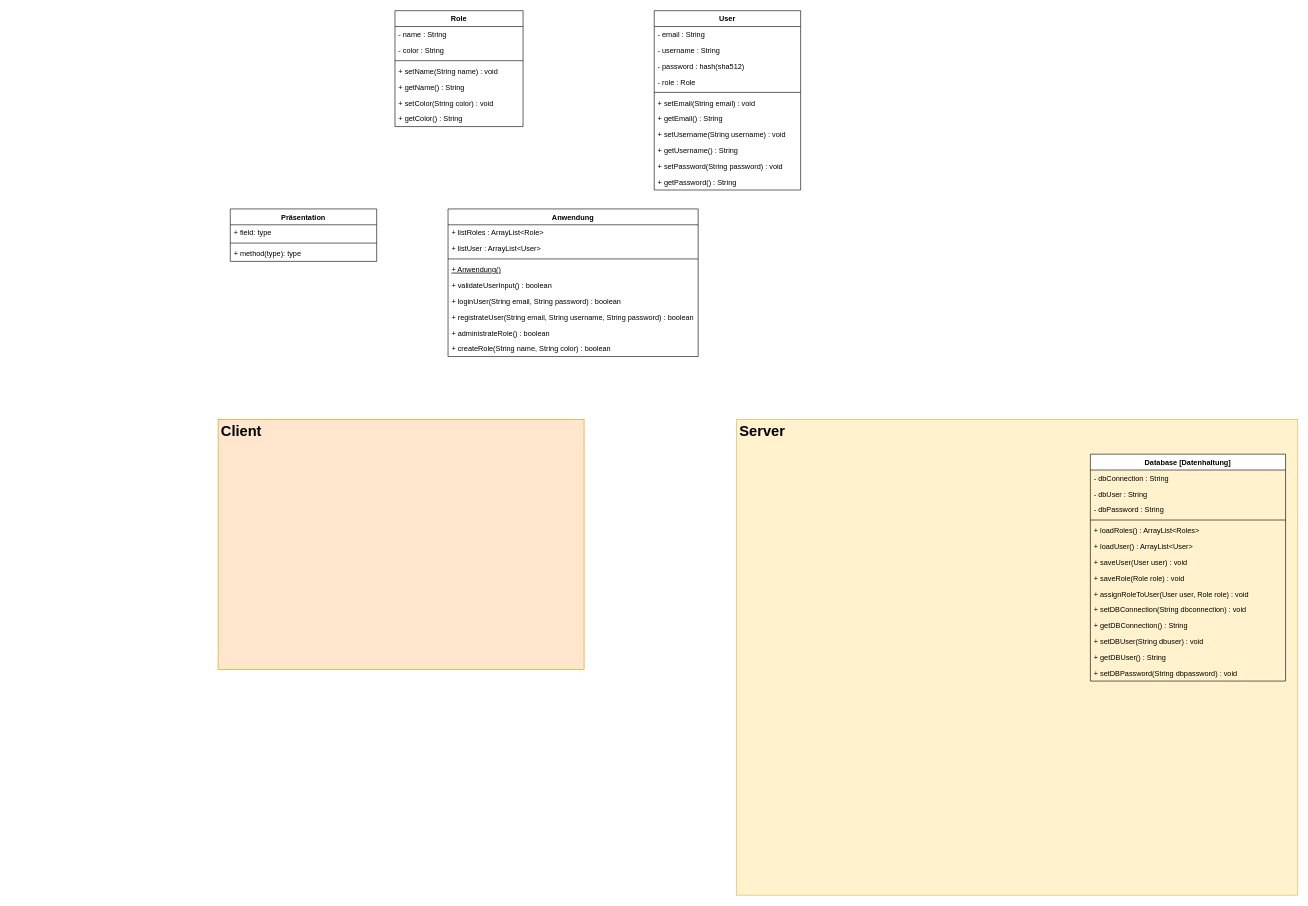
Before: doc/functionality.drawio in STK-Students/Quest-Editor, a draw.io diagram. Source tidied: cells renumbered, new cells numbered last; positions are measured from the earlier drawing's top-left corner, leaving out a move shared by most shapes. Both pictures are drawn from the tidied source at 61%, with x=0, y=0 at pixel (218, 10).
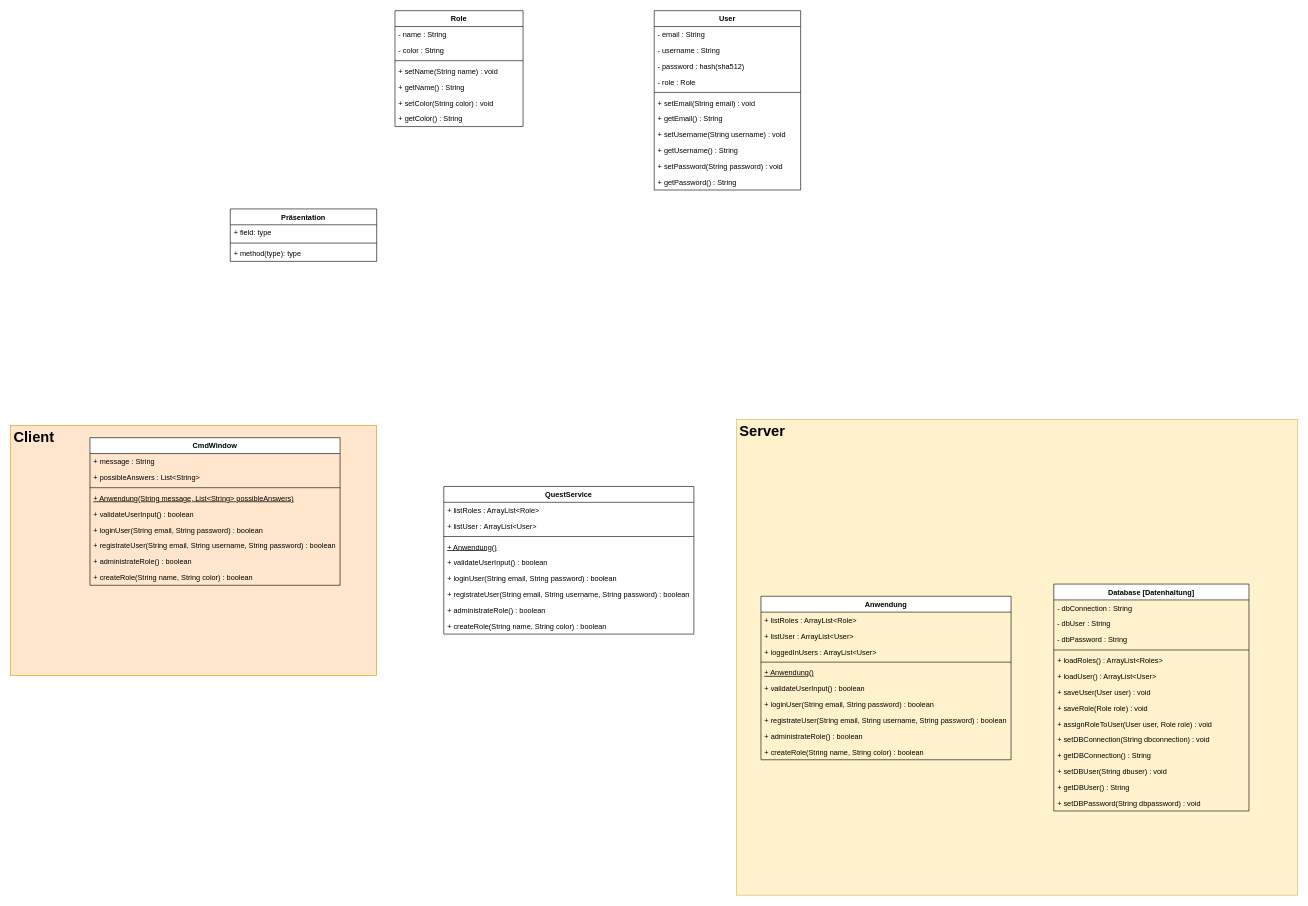
The same diagram, later.

Change to the diagram source:
```diff
@@
-    <mxCell id="2" style="rounded=0;whiteSpace=wrap;html=1;fillColor=#ffe6cc;strokeColor=#d79b00;" parent="1" vertex="1">
-      <mxGeometry y="670" width="600" height="410" as="geometry" />
-    </mxCell>
-    <mxCell id="3" style="rounded=0;whiteSpace=wrap;html=1;fillColor=#fff2cc;strokeColor=#d6b656;" parent="1" vertex="1">
-      <mxGeometry x="850" y="670" width="920" height="780" as="geometry" />
-    </mxCell>
-    <mxCell id="4" value="Database [Datenhaltung]" style="swimlane;fontStyle=1;align=center;verticalAlign=top;horizontal=1;startSize=26;fillColor=default;" parent="1" vertex="1">
-      <mxGeometry x="1430" y="727" width="320" height="372" as="geometry" />
-    </mxCell>
-    <mxCell id="5" value="- dbConnection : String" style="text;strokeColor=none;fillColor=none;align=left;verticalAlign=top;spacingLeft=4;spacingRight=4;overflow=hidden;" parent="4" vertex="1">
-      <mxGeometry y="26" width="320" height="26" as="geometry" />
-    </mxCell>
-    <mxCell id="6" value="- dbUser : String" style="text;strokeColor=none;fillColor=none;align=left;verticalAlign=top;spacingLeft=4;spacingRight=4;overflow=hidden;" parent="4" vertex="1">
-      <mxGeometry y="52" width="320" height="26" as="geometry" />
-    </mxCell>
-    <mxCell id="7" value="- dbPassword : String" style="text;strokeColor=none;fillColor=none;align=left;verticalAlign=top;spacingLeft=4;spacingRight=4;overflow=hidden;" parent="4" vertex="1">
-      <mxGeometry y="78" width="320" height="26" as="geometry" />
-    </mxCell>
-    <mxCell id="8" style="line;strokeWidth=1;fillColor=none;align=left;verticalAlign=middle;spacingTop=-1;spacingLeft=3;spacingRight=3;labelPosition=right;" parent="4" vertex="1">
-      <mxGeometry y="104" width="320" height="8" as="geometry" />
-    </mxCell>
-    <mxCell id="9" value="+ loadRoles() : ArrayList&lt;Roles&gt;" style="text;strokeColor=none;fillColor=none;align=left;verticalAlign=top;spacingLeft=4;spacingRight=4;overflow=hidden;" parent="4" vertex="1">
-      <mxGeometry y="112" width="320" height="26" as="geometry" />
-    </mxCell>
-    <mxCell id="10" value="+ loadUser() : ArrayList&lt;User&gt;" style="text;strokeColor=none;fillColor=none;align=left;verticalAlign=top;spacingLeft=4;spacingRight=4;overflow=hidden;" parent="4" vertex="1">
-      <mxGeometry y="138" width="320" height="26" as="geometry" />
-    </mxCell>
-    <mxCell id="11" value="+ saveUser(User user) : void" style="text;strokeColor=none;fillColor=none;align=left;verticalAlign=top;spacingLeft=4;spacingRight=4;overflow=hidden;" parent="4" vertex="1">
-      <mxGeometry y="164" width="320" height="26" as="geometry" />
-    </mxCell>
-    <mxCell id="12" value="+ saveRole(Role role) : void" style="text;strokeColor=none;fillColor=none;align=left;verticalAlign=top;spacingLeft=4;spacingRight=4;overflow=hidden;" parent="4" vertex="1">
-      <mxGeometry y="190" width="320" height="26" as="geometry" />
-    </mxCell>
-    <mxCell id="13" value="+ assignRoleToUser(User user, Role role) : void" style="text;strokeColor=none;fillColor=none;align=left;verticalAlign=top;spacingLeft=4;spacingRight=4;overflow=hidden;" parent="4" vertex="1">
-      <mxGeometry y="216" width="320" height="26" as="geometry" />
-    </mxCell>
-    <mxCell id="14" value="+ setDBConnection(String dbconnection) : void" style="text;strokeColor=none;fillColor=none;align=left;verticalAlign=top;spacingLeft=4;spacingRight=4;overflow=hidden;" parent="4" vertex="1">
-      <mxGeometry y="242" width="320" height="26" as="geometry" />
-    </mxCell>
-    <mxCell id="15" value="+ getDBConnection() : String" style="text;strokeColor=none;fillColor=none;align=left;verticalAlign=top;spacingLeft=4;spacingRight=4;overflow=hidden;" parent="4" vertex="1">
-      <mxGeometry y="268" width="320" height="26" as="geometry" />
-    </mxCell>
-    <mxCell id="16" value="+ setDBUser(String dbuser) : void" style="text;strokeColor=none;fillColor=none;align=left;verticalAlign=top;spacingLeft=4;spacingRight=4;overflow=hidden;" parent="4" vertex="1">
-      <mxGeometry y="294" width="320" height="26" as="geometry" />
-    </mxCell>
-    <mxCell id="17" value="+ getDBUser() : String" style="text;strokeColor=none;fillColor=none;align=left;verticalAlign=top;spacingLeft=4;spacingRight=4;overflow=hidden;" parent="4" vertex="1">
-      <mxGeometry y="320" width="320" height="26" as="geometry" />
-    </mxCell>
-    <mxCell id="18" value="+ setDBPassword(String dbpassword) : void" style="text;strokeColor=none;fillColor=none;align=left;verticalAlign=top;spacingLeft=4;spacingRight=4;overflow=hidden;" parent="4" vertex="1">
-      <mxGeometry y="346" width="320" height="26" as="geometry" />
-    </mxCell>
@@
-    <mxCell id="23" value="Anwendung" style="swimlane;fontStyle=1;align=center;verticalAlign=top;horizontal=1;startSize=26;" parent="1" vertex="1">
-      <mxGeometry x="377" y="325" width="410" height="242" as="geometry" />
-    </mxCell>
-    <mxCell id="24" value="+ listRoles : ArrayList&lt;Role&gt;" style="text;strokeColor=none;fillColor=none;align=left;verticalAlign=top;spacingLeft=4;spacingRight=4;overflow=hidden;" parent="23" vertex="1">
-      <mxGeometry y="26" width="410" height="26" as="geometry" />
-    </mxCell>
-    <mxCell id="25" value="+ listUser : ArrayList&lt;User&gt;" style="text;strokeColor=none;fillColor=none;align=left;verticalAlign=top;spacingLeft=4;spacingRight=4;overflow=hidden;" parent="23" vertex="1">
-      <mxGeometry y="52" width="410" height="26" as="geometry" />
-    </mxCell>
-    <mxCell id="26" style="line;strokeWidth=1;fillColor=none;align=left;verticalAlign=middle;spacingTop=-1;spacingLeft=3;spacingRight=3;labelPosition=right;" parent="23" vertex="1">
-      <mxGeometry y="78" width="410" height="8" as="geometry" />
-    </mxCell>
-    <mxCell id="27" value="+ Anwendung()" style="text;strokeColor=none;fillColor=none;align=left;verticalAlign=top;spacingLeft=4;spacingRight=4;overflow=hidden;fontStyle=4;" parent="23" vertex="1">
-      <mxGeometry y="86" width="410" height="26" as="geometry" />
-    </mxCell>
-    <mxCell id="28" value="+ validateUserInput() : boolean" style="text;strokeColor=none;fillColor=none;align=left;verticalAlign=top;spacingLeft=4;spacingRight=4;overflow=hidden;fontStyle=0;" parent="23" vertex="1">
-      <mxGeometry y="112" width="410" height="26" as="geometry" />
-    </mxCell>
-    <mxCell id="29" value="+ loginUser(String email, String password) : boolean" style="text;strokeColor=none;fillColor=none;align=left;verticalAlign=top;spacingLeft=4;spacingRight=4;overflow=hidden;fontStyle=0;" parent="23" vertex="1">
-      <mxGeometry y="138" width="410" height="26" as="geometry" />
-    </mxCell>
-    <mxCell id="30" value="+ registrateUser(String email, String username, String password) : boolean" style="text;strokeColor=none;fillColor=none;align=left;verticalAlign=top;spacingLeft=4;spacingRight=4;overflow=hidden;fontStyle=0;" parent="23" vertex="1">
-      <mxGeometry y="164" width="410" height="26" as="geometry" />
-    </mxCell>
-    <mxCell id="31" value="+ administrateRole() : boolean" style="text;strokeColor=none;fillColor=none;align=left;verticalAlign=top;spacingLeft=4;spacingRight=4;overflow=hidden;fontStyle=0;" parent="23" vertex="1">
-      <mxGeometry y="190" width="410" height="26" as="geometry" />
-    </mxCell>
-    <mxCell id="32" value="+ createRole(String name, String color) : boolean" style="text;strokeColor=none;fillColor=none;align=left;verticalAlign=top;spacingLeft=4;spacingRight=4;overflow=hidden;fontStyle=0;" parent="23" vertex="1">
-      <mxGeometry y="216" width="410" height="26" as="geometry" />
-    </mxCell>
@@
+    <mxCell id="55" style="group;" parent="1" vertex="1">
+      <mxGeometry x="-340" y="680" width="600" height="410" as="geometry" />
+    </mxCell>
+    <mxCell id="56" style="rounded=0;whiteSpace=wrap;html=1;fillColor=#ffe6cc;strokeColor=#d79b00;" parent="55" vertex="1">
+      <mxGeometry width="600" height="410" as="geometry" />
+    </mxCell>
-    <mxCell id="53" value="&lt;h1&gt;Client&lt;/h1&gt;" style="text;html=1;strokeColor=none;fillColor=none;spacing=5;spacingTop=-20;whiteSpace=wrap;overflow=hidden;rounded=0;" parent="1" vertex="1">
-      <mxGeometry y="670" width="190" height="120" as="geometry" />
+    <mxCell id="53" value="&lt;h1&gt;Client&lt;/h1&gt;" style="text;html=1;strokeColor=none;fillColor=none;spacing=5;spacingTop=-20;whiteSpace=wrap;overflow=hidden;rounded=0;" parent="55" vertex="1">
+      <mxGeometry width="100" height="50" as="geometry" />
     </mxCell>
+    <mxCell id="57" value="CmdWindow" style="swimlane;fontStyle=1;align=center;verticalAlign=top;horizontal=1;startSize=26;" parent="55" vertex="1">
+      <mxGeometry x="130" y="20" width="410" height="242" as="geometry" />
+    </mxCell>
+    <mxCell id="58" value="+ message : String" style="text;strokeColor=none;fillColor=none;align=left;verticalAlign=top;spacingLeft=4;spacingRight=4;overflow=hidden;" parent="57" vertex="1">
+      <mxGeometry y="26" width="410" height="26" as="geometry" />
+    </mxCell>
+    <mxCell id="59" value="+ possibleAnswers : List&lt;String&gt;" style="text;strokeColor=none;fillColor=none;align=left;verticalAlign=top;spacingLeft=4;spacingRight=4;overflow=hidden;" parent="57" vertex="1">
+      <mxGeometry y="52" width="410" height="26" as="geometry" />
+    </mxCell>
+    <mxCell id="60" style="line;strokeWidth=1;fillColor=none;align=left;verticalAlign=middle;spacingTop=-1;spacingLeft=3;spacingRight=3;labelPosition=right;" parent="57" vertex="1">
+      <mxGeometry y="78" width="410" height="8" as="geometry" />
+    </mxCell>
+    <mxCell id="61" value="+ Anwendung(String message, List&lt;String&gt; possibleAnswers)" style="text;strokeColor=none;fillColor=none;align=left;verticalAlign=top;spacingLeft=4;spacingRight=4;overflow=hidden;fontStyle=4;" parent="57" vertex="1">
+      <mxGeometry y="86" width="410" height="26" as="geometry" />
+    </mxCell>
+    <mxCell id="62" value="+ validateUserInput() : boolean" style="text;strokeColor=none;fillColor=none;align=left;verticalAlign=top;spacingLeft=4;spacingRight=4;overflow=hidden;fontStyle=0;" parent="57" vertex="1">
+      <mxGeometry y="112" width="410" height="26" as="geometry" />
+    </mxCell>
+    <mxCell id="63" value="+ loginUser(String email, String password) : boolean" style="text;strokeColor=none;fillColor=none;align=left;verticalAlign=top;spacingLeft=4;spacingRight=4;overflow=hidden;fontStyle=0;" parent="57" vertex="1">
+      <mxGeometry y="138" width="410" height="26" as="geometry" />
+    </mxCell>
+    <mxCell id="64" value="+ registrateUser(String email, String username, String password) : boolean" style="text;strokeColor=none;fillColor=none;align=left;verticalAlign=top;spacingLeft=4;spacingRight=4;overflow=hidden;fontStyle=0;" parent="57" vertex="1">
+      <mxGeometry y="164" width="410" height="26" as="geometry" />
+    </mxCell>
+    <mxCell id="65" value="+ administrateRole() : boolean" style="text;strokeColor=none;fillColor=none;align=left;verticalAlign=top;spacingLeft=4;spacingRight=4;overflow=hidden;fontStyle=0;" parent="57" vertex="1">
+      <mxGeometry y="190" width="410" height="26" as="geometry" />
+    </mxCell>
+    <mxCell id="66" value="+ createRole(String name, String color) : boolean" style="text;strokeColor=none;fillColor=none;align=left;verticalAlign=top;spacingLeft=4;spacingRight=4;overflow=hidden;fontStyle=0;" parent="57" vertex="1">
+      <mxGeometry y="216" width="410" height="26" as="geometry" />
+    </mxCell>
+    <mxCell id="67" style="group;" parent="1" vertex="1">
+      <mxGeometry x="850" y="670" width="920" height="780" as="geometry" />
+    </mxCell>
+    <mxCell id="68" style="rounded=0;whiteSpace=wrap;html=1;fillColor=#fff2cc;strokeColor=#d6b656;" parent="67" vertex="1">
+      <mxGeometry width="920" height="780" as="geometry" />
+    </mxCell>
-    <mxCell id="54" value="&lt;h1&gt;Server&lt;/h1&gt;" style="text;html=1;strokeColor=none;fillColor=none;spacing=5;spacingTop=-20;whiteSpace=wrap;overflow=hidden;rounded=0;" parent="1" vertex="1">
-      <mxGeometry x="850" y="670" width="190" height="120" as="geometry" />
+    <mxCell id="54" value="&lt;h1&gt;Server&lt;/h1&gt;" style="text;html=1;strokeColor=none;fillColor=none;spacing=5;spacingTop=-20;whiteSpace=wrap;overflow=hidden;rounded=0;" parent="67" vertex="1">
+      <mxGeometry width="90" height="40" as="geometry" />
     </mxCell>
+    <mxCell id="4" value="Database [Datenhaltung]" style="swimlane;fontStyle=1;align=center;verticalAlign=top;horizontal=1;startSize=26;fillColor=default;" parent="1" vertex="1">
+      <mxGeometry x="1370" y="940" width="320" height="372" as="geometry" />
+    </mxCell>
+    <mxCell id="5" value="- dbConnection : String" style="text;strokeColor=none;fillColor=none;align=left;verticalAlign=top;spacingLeft=4;spacingRight=4;overflow=hidden;" parent="4" vertex="1">
+      <mxGeometry y="26" width="320" height="26" as="geometry" />
+    </mxCell>
+    <mxCell id="6" value="- dbUser : String" style="text;strokeColor=none;fillColor=none;align=left;verticalAlign=top;spacingLeft=4;spacingRight=4;overflow=hidden;" parent="4" vertex="1">
+      <mxGeometry y="52" width="320" height="26" as="geometry" />
+    </mxCell>
+    <mxCell id="7" value="- dbPassword : String" style="text;strokeColor=none;fillColor=none;align=left;verticalAlign=top;spacingLeft=4;spacingRight=4;overflow=hidden;" parent="4" vertex="1">
+      <mxGeometry y="78" width="320" height="26" as="geometry" />
+    </mxCell>
+    <mxCell id="8" style="line;strokeWidth=1;fillColor=none;align=left;verticalAlign=middle;spacingTop=-1;spacingLeft=3;spacingRight=3;labelPosition=right;" parent="4" vertex="1">
+      <mxGeometry y="104" width="320" height="8" as="geometry" />
+    </mxCell>
+    <mxCell id="9" value="+ loadRoles() : ArrayList&lt;Roles&gt;" style="text;strokeColor=none;fillColor=none;align=left;verticalAlign=top;spacingLeft=4;spacingRight=4;overflow=hidden;" parent="4" vertex="1">
+      <mxGeometry y="112" width="320" height="26" as="geometry" />
+    </mxCell>
+    <mxCell id="10" value="+ loadUser() : ArrayList&lt;User&gt;" style="text;strokeColor=none;fillColor=none;align=left;verticalAlign=top;spacingLeft=4;spacingRight=4;overflow=hidden;" parent="4" vertex="1">
+      <mxGeometry y="138" width="320" height="26" as="geometry" />
+    </mxCell>
+    <mxCell id="11" value="+ saveUser(User user) : void" style="text;strokeColor=none;fillColor=none;align=left;verticalAlign=top;spacingLeft=4;spacingRight=4;overflow=hidden;" parent="4" vertex="1">
+      <mxGeometry y="164" width="320" height="26" as="geometry" />
+    </mxCell>
+    <mxCell id="12" value="+ saveRole(Role role) : void" style="text;strokeColor=none;fillColor=none;align=left;verticalAlign=top;spacingLeft=4;spacingRight=4;overflow=hidden;" parent="4" vertex="1">
+      <mxGeometry y="190" width="320" height="26" as="geometry" />
+    </mxCell>
+    <mxCell id="13" value="+ assignRoleToUser(User user, Role role) : void" style="text;strokeColor=none;fillColor=none;align=left;verticalAlign=top;spacingLeft=4;spacingRight=4;overflow=hidden;" parent="4" vertex="1">
+      <mxGeometry y="216" width="320" height="26" as="geometry" />
+    </mxCell>
+    <mxCell id="14" value="+ setDBConnection(String dbconnection) : void" style="text;strokeColor=none;fillColor=none;align=left;verticalAlign=top;spacingLeft=4;spacingRight=4;overflow=hidden;" parent="4" vertex="1">
+      <mxGeometry y="242" width="320" height="26" as="geometry" />
+    </mxCell>
+    <mxCell id="15" value="+ getDBConnection() : String" style="text;strokeColor=none;fillColor=none;align=left;verticalAlign=top;spacingLeft=4;spacingRight=4;overflow=hidden;" parent="4" vertex="1">
+      <mxGeometry y="268" width="320" height="26" as="geometry" />
+    </mxCell>
+    <mxCell id="16" value="+ setDBUser(String dbuser) : void" style="text;strokeColor=none;fillColor=none;align=left;verticalAlign=top;spacingLeft=4;spacingRight=4;overflow=hidden;" parent="4" vertex="1">
+      <mxGeometry y="294" width="320" height="26" as="geometry" />
+    </mxCell>
+    <mxCell id="17" value="+ getDBUser() : String" style="text;strokeColor=none;fillColor=none;align=left;verticalAlign=top;spacingLeft=4;spacingRight=4;overflow=hidden;" parent="4" vertex="1">
+      <mxGeometry y="320" width="320" height="26" as="geometry" />
+    </mxCell>
+    <mxCell id="18" value="+ setDBPassword(String dbpassword) : void" style="text;strokeColor=none;fillColor=none;align=left;verticalAlign=top;spacingLeft=4;spacingRight=4;overflow=hidden;" parent="4" vertex="1">
+      <mxGeometry y="346" width="320" height="26" as="geometry" />
+    </mxCell>
+    <mxCell id="23" value="Anwendung" style="swimlane;fontStyle=1;align=center;verticalAlign=top;horizontal=1;startSize=26;" parent="1" vertex="1">
+      <mxGeometry x="890" y="960" width="410" height="268" as="geometry" />
+    </mxCell>
+    <mxCell id="69" value="+ listRoles : ArrayList&lt;Role&gt;" style="text;strokeColor=none;fillColor=none;align=left;verticalAlign=top;spacingLeft=4;spacingRight=4;overflow=hidden;" parent="23" vertex="1">
+      <mxGeometry y="26" width="410" height="26" as="geometry" />
+    </mxCell>
+    <mxCell id="70" value="+ listUser : ArrayList&lt;User&gt;" style="text;strokeColor=none;fillColor=none;align=left;verticalAlign=top;spacingLeft=4;spacingRight=4;overflow=hidden;" parent="23" vertex="1">
+      <mxGeometry y="52" width="410" height="26" as="geometry" />
+    </mxCell>
+    <mxCell id="71" value="+ loggedInUsers : ArrayList&lt;User&gt;" style="text;strokeColor=none;fillColor=none;align=left;verticalAlign=top;spacingLeft=4;spacingRight=4;overflow=hidden;" parent="23" vertex="1">
+      <mxGeometry y="78" width="410" height="26" as="geometry" />
+    </mxCell>
+    <mxCell id="72" style="line;strokeWidth=1;fillColor=none;align=left;verticalAlign=middle;spacingTop=-1;spacingLeft=3;spacingRight=3;labelPosition=right;" parent="23" vertex="1">
+      <mxGeometry y="104" width="410" height="8" as="geometry" />
+    </mxCell>
+    <mxCell id="73" value="+ Anwendung()" style="text;strokeColor=none;fillColor=none;align=left;verticalAlign=top;spacingLeft=4;spacingRight=4;overflow=hidden;fontStyle=4;" parent="23" vertex="1">
+      <mxGeometry y="112" width="410" height="26" as="geometry" />
+    </mxCell>
+    <mxCell id="74" value="+ validateUserInput() : boolean" style="text;strokeColor=none;fillColor=none;align=left;verticalAlign=top;spacingLeft=4;spacingRight=4;overflow=hidden;fontStyle=0;" parent="23" vertex="1">
+      <mxGeometry y="138" width="410" height="26" as="geometry" />
+    </mxCell>
+    <mxCell id="75" value="+ loginUser(String email, String password) : boolean" style="text;strokeColor=none;fillColor=none;align=left;verticalAlign=top;spacingLeft=4;spacingRight=4;overflow=hidden;fontStyle=0;" parent="23" vertex="1">
+      <mxGeometry y="164" width="410" height="26" as="geometry" />
+    </mxCell>
+    <mxCell id="76" value="+ registrateUser(String email, String username, String password) : boolean" style="text;strokeColor=none;fillColor=none;align=left;verticalAlign=top;spacingLeft=4;spacingRight=4;overflow=hidden;fontStyle=0;" parent="23" vertex="1">
+      <mxGeometry y="190" width="410" height="26" as="geometry" />
+    </mxCell>
+    <mxCell id="77" value="+ administrateRole() : boolean" style="text;strokeColor=none;fillColor=none;align=left;verticalAlign=top;spacingLeft=4;spacingRight=4;overflow=hidden;fontStyle=0;" parent="23" vertex="1">
+      <mxGeometry y="216" width="410" height="26" as="geometry" />
+    </mxCell>
+    <mxCell id="78" value="+ createRole(String name, String color) : boolean" style="text;strokeColor=none;fillColor=none;align=left;verticalAlign=top;spacingLeft=4;spacingRight=4;overflow=hidden;fontStyle=0;" parent="23" vertex="1">
+      <mxGeometry y="242" width="410" height="26" as="geometry" />
+    </mxCell>
+    <mxCell id="79" value="QuestService" style="swimlane;fontStyle=1;align=center;verticalAlign=top;horizontal=1;startSize=26;" parent="1" vertex="1">
+      <mxGeometry x="370" y="780" width="410" height="242" as="geometry" />
+    </mxCell>
+    <mxCell id="80" value="+ listRoles : ArrayList&lt;Role&gt;" style="text;strokeColor=none;fillColor=none;align=left;verticalAlign=top;spacingLeft=4;spacingRight=4;overflow=hidden;" parent="79" vertex="1">
+      <mxGeometry y="26" width="410" height="26" as="geometry" />
+    </mxCell>
+    <mxCell id="81" value="+ listUser : ArrayList&lt;User&gt;" style="text;strokeColor=none;fillColor=none;align=left;verticalAlign=top;spacingLeft=4;spacingRight=4;overflow=hidden;" parent="79" vertex="1">
+      <mxGeometry y="52" width="410" height="26" as="geometry" />
+    </mxCell>
+    <mxCell id="82" style="line;strokeWidth=1;fillColor=none;align=left;verticalAlign=middle;spacingTop=-1;spacingLeft=3;spacingRight=3;labelPosition=right;" parent="79" vertex="1">
+      <mxGeometry y="78" width="410" height="8" as="geometry" />
+    </mxCell>
+    <mxCell id="27" value="+ Anwendung()" style="text;strokeColor=none;fillColor=none;align=left;verticalAlign=top;spacingLeft=4;spacingRight=4;overflow=hidden;fontStyle=4;" parent="79" vertex="1">
+      <mxGeometry y="86" width="410" height="26" as="geometry" />
+    </mxCell>
+    <mxCell id="83" value="+ validateUserInput() : boolean" style="text;strokeColor=none;fillColor=none;align=left;verticalAlign=top;spacingLeft=4;spacingRight=4;overflow=hidden;fontStyle=0;" parent="79" vertex="1">
+      <mxGeometry y="112" width="410" height="26" as="geometry" />
+    </mxCell>
+    <mxCell id="84" value="+ loginUser(String email, String password) : boolean" style="text;strokeColor=none;fillColor=none;align=left;verticalAlign=top;spacingLeft=4;spacingRight=4;overflow=hidden;fontStyle=0;" parent="79" vertex="1">
+      <mxGeometry y="138" width="410" height="26" as="geometry" />
+    </mxCell>
+    <mxCell id="85" value="+ registrateUser(String email, String username, String password) : boolean" style="text;strokeColor=none;fillColor=none;align=left;verticalAlign=top;spacingLeft=4;spacingRight=4;overflow=hidden;fontStyle=0;" parent="79" vertex="1">
+      <mxGeometry y="164" width="410" height="26" as="geometry" />
+    </mxCell>
+    <mxCell id="86" value="+ administrateRole() : boolean" style="text;strokeColor=none;fillColor=none;align=left;verticalAlign=top;spacingLeft=4;spacingRight=4;overflow=hidden;fontStyle=0;" parent="79" vertex="1">
+      <mxGeometry y="190" width="410" height="26" as="geometry" />
+    </mxCell>
+    <mxCell id="87" value="+ createRole(String name, String color) : boolean" style="text;strokeColor=none;fillColor=none;align=left;verticalAlign=top;spacingLeft=4;spacingRight=4;overflow=hidden;fontStyle=0;" parent="79" vertex="1">
+      <mxGeometry y="216" width="410" height="26" as="geometry" />
+    </mxCell>
```
